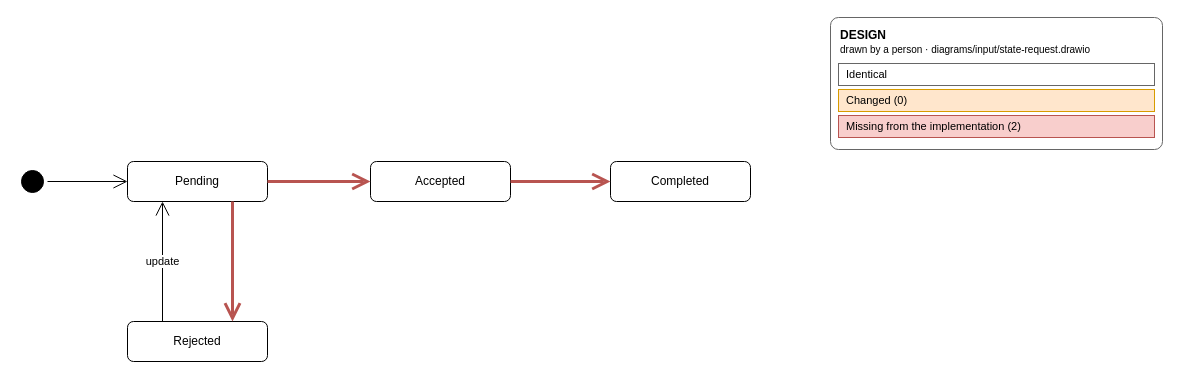
The draw.io diagram page "1 - Design (human)" (1 of 2) of project/diagrams/output/state-request-comparison.drawio in Hoglar/specDrivenDev, before the edit. Source tidied: cells renumbered, new cells numbered last; positions are measured from the earlier drawing's top-left corner, leaving out a move shared by most shapes. Both pictures are drawn from the tidied source at 100%, with x=0, y=0 at pixel (17, 17).
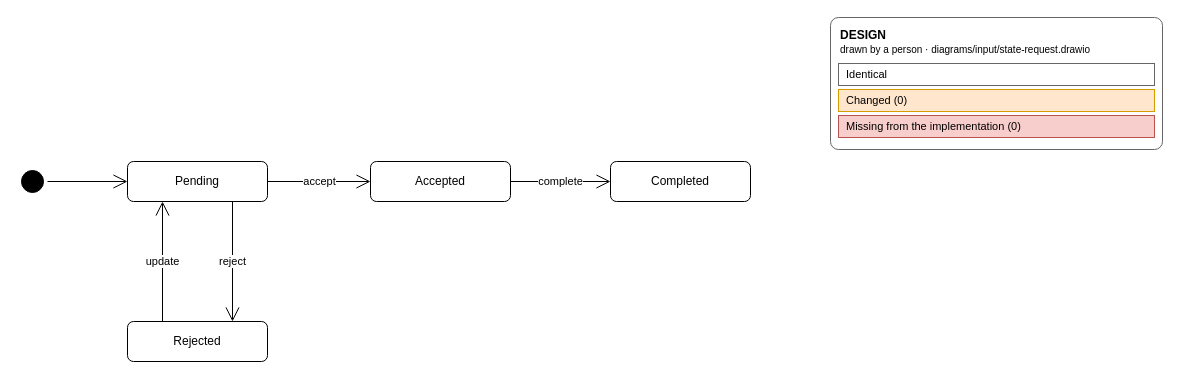
The same diagram, later.

The edit, as a diff of the source:
```diff
@@
 <mxGraphModel>
   <root>
     <mxCell id="0" />
     <mxCell id="1" parent="0" />
     <mxCell id="2" value="Pending" style="rounded=1;whiteSpace=wrap;html=1;" parent="1" vertex="1">
       <mxGeometry x="110" y="144" width="140" height="40" as="geometry" />
     </mxCell>
     <mxCell id="3" value="Rejected" style="rounded=1;whiteSpace=wrap;html=1;" parent="1" vertex="1">
       <mxGeometry x="110" y="304" width="140" height="40" as="geometry" />
     </mxCell>
     <mxCell id="4" value="Accepted" style="rounded=1;whiteSpace=wrap;html=1;" parent="1" vertex="1">
       <mxGeometry x="353" y="144" width="140" height="40" as="geometry" />
     </mxCell>
     <mxCell id="5" value="Completed" style="rounded=1;whiteSpace=wrap;html=1;" parent="1" vertex="1">
       <mxGeometry x="593" y="144" width="140" height="40" as="geometry" />
     </mxCell>
     <mxCell id="6" style="ellipse;html=1;shape=startState;fillColor=#000000;strokeColor=#000000;" parent="1" vertex="1">
       <mxGeometry y="149" width="30" height="30" as="geometry" />
     </mxCell>
     <mxCell id="7" style="html=1;rounded=0;edgeStyle=none;endArrow=open;endSize=12;" parent="1" edge="1" source="6" target="2">
       <mxGeometry relative="1" as="geometry" />
     </mxCell>
-    <mxCell id="8" style="html=1;rounded=0;edgeStyle=orthogonalEdgeStyle;endArrow=open;endSize=12;exitX=1;exitY=0.5000;entryX=0;entryY=0.5000;strokeColor=#b85450;strokeWidth=3;fontColor=#b85450;" parent="1" edge="1" source="2" target="4">
+    <mxCell id="8" value="accept" style="html=1;rounded=0;edgeStyle=none;endArrow=open;endSize=12;" parent="1" edge="1" source="2" target="4">
       <mxGeometry relative="1" as="geometry" />
     </mxCell>
     <mxCell id="9" value="update" style="html=1;rounded=0;edgeStyle=none;endArrow=open;endSize=12;exitX=0.25;exitY=0;exitDx=0;exitDy=0;entryX=0.25;entryY=1;entryDx=0;entryDy=0;" parent="1" edge="1" source="3" target="2">
       <mxGeometry relative="1" as="geometry" />
     </mxCell>
-    <mxCell id="10" style="html=1;rounded=0;edgeStyle=orthogonalEdgeStyle;endArrow=open;endSize=12;exitX=0.75;exitY=1;exitDx=0;exitDy=0;entryX=0.75;entryY=0;entryDx=0;entryDy=0;strokeColor=#b85450;strokeWidth=3;fontColor=#b85450;" parent="1" edge="1" source="2" target="3">
+    <mxCell id="10" value="reject" style="html=1;rounded=0;edgeStyle=orthogonalEdgeStyle;endArrow=open;endSize=12;exitX=0.75;exitY=1;exitDx=0;exitDy=0;entryX=0.75;entryY=0;entryDx=0;entryDy=0;" parent="1" edge="1" source="2" target="3">
       <mxGeometry relative="1" as="geometry" />
     </mxCell>
-    <mxCell id="11" style="html=1;rounded=0;edgeStyle=none;endArrow=open;endSize=12;strokeColor=#b85450;strokeWidth=3;fontColor=#b85450;" parent="1" edge="1" source="4" target="5">
+    <mxCell id="11" value="complete" style="html=1;rounded=0;edgeStyle=none;endArrow=open;endSize=12;" parent="1" edge="1" source="4" target="5">
       <mxGeometry relative="1" as="geometry" />
     </mxCell>
     <mxCell id="12" value="&lt;b&gt;DESIGN&lt;/b&gt;&lt;br&gt;&lt;font style=&quot;font-size:10px&quot;&gt;drawn by a person · diagrams/input/state-request.drawio&lt;/font&gt;" style="rounded=1;arcSize=6;whiteSpace=wrap;html=1;align=left;verticalAlign=top;spacingLeft=8;spacingTop=4;fillColor=#ffffff;strokeColor=#666666;" parent="1" vertex="1">
       <mxGeometry x="813" width="332" height="132" as="geometry" />
     </mxCell>
     <mxCell id="13" value="Identical" style="rounded=0;whiteSpace=wrap;html=1;align=left;spacingLeft=6;fontSize=11;fillColor=#ffffff;strokeColor=#666666;" parent="12" vertex="1">
       <mxGeometry x="8" y="46" width="316" height="22" as="geometry" />
     </mxCell>
     <mxCell id="14" value="Changed (0)" style="rounded=0;whiteSpace=wrap;html=1;align=left;spacingLeft=6;fontSize=11;fillColor=#ffe6cc;strokeColor=#d79b00;" parent="12" vertex="1">
       <mxGeometry x="8" y="72" width="316" height="22" as="geometry" />
     </mxCell>
-    <mxCell id="15" value="Missing from the implementation (2)" style="rounded=0;whiteSpace=wrap;html=1;align=left;spacingLeft=6;fontSize=11;fillColor=#f8cecc;strokeColor=#b85450;" parent="12" vertex="1">
+    <mxCell id="15" value="Missing from the implementation (0)" style="rounded=0;whiteSpace=wrap;html=1;align=left;spacingLeft=6;fontSize=11;fillColor=#f8cecc;strokeColor=#b85450;" parent="12" vertex="1">
       <mxGeometry x="8" y="98" width="316" height="22" as="geometry" />
     </mxCell>
   </root>
 </mxGraphModel>
```
